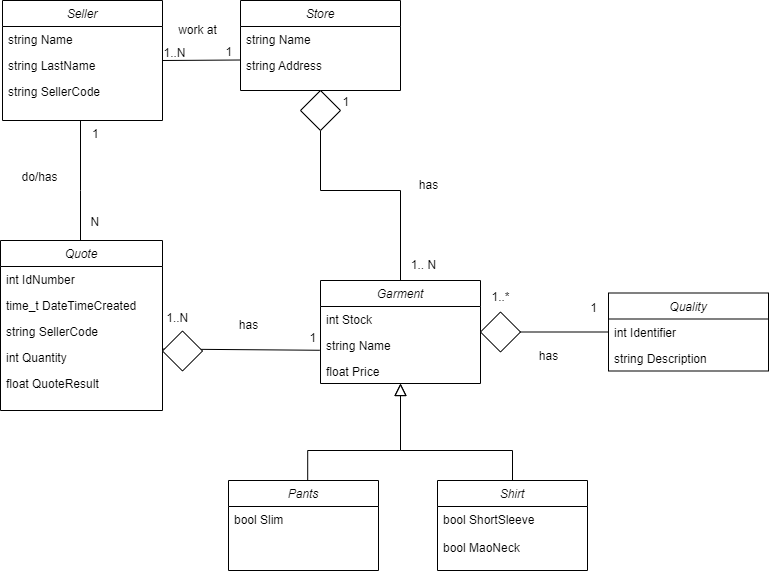
Earlier version of the draw.io export C++.drawio.png (ASchiro77/Quark_ClothingStore). Source tidied: cells renumbered, new cells last; positions are measured from the earlier drawing's top-left corner, leaving out a move shared by most shapes.
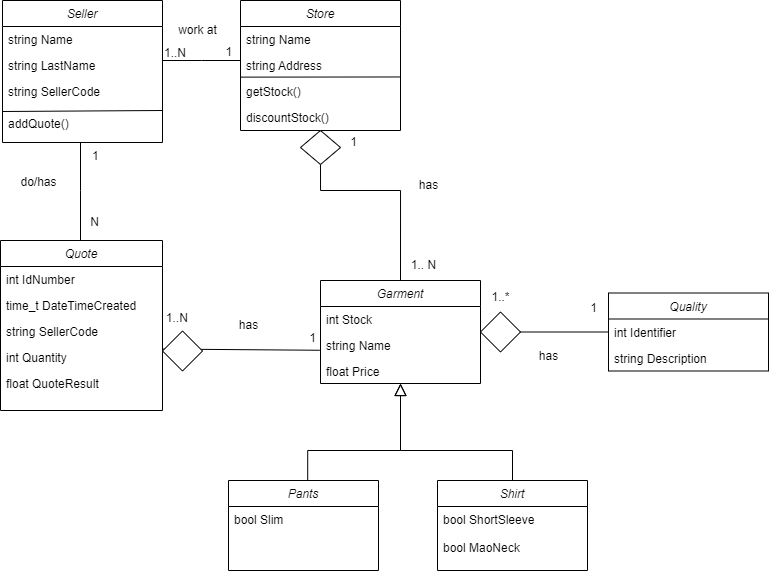
The same diagram one commit later.

Change to the diagram source:
```diff
@@ -3,7 +3,7 @@
     <mxCell id="0" />
     <mxCell id="1" parent="0" />
     <mxCell id="2" value="Seller" style="swimlane;fontStyle=2;align=center;verticalAlign=top;horizontal=1;startSize=26;rounded=0;shadow=0;strokeWidth=1;" parent="1" vertex="1">
-      <mxGeometry x="2" width="160" height="120" as="geometry" />
+      <mxGeometry x="2" width="160" height="142" as="geometry" />
     </mxCell>
     <mxCell id="3" value="string Name" style="text;align=left;verticalAlign=top;spacingLeft=4;spacingRight=4;overflow=hidden;" parent="2" vertex="1">
       <mxGeometry y="26" width="160" height="26" as="geometry" />
@@ -14,6 +14,15 @@
     <mxCell id="5" value="string SellerCode" style="text;align=left;verticalAlign=top;spacingLeft=4;spacingRight=4;overflow=hidden;rounded=0;shadow=0;html=0;" parent="2" vertex="1">
       <mxGeometry y="78" width="160" height="32" as="geometry" />
     </mxCell>
+    <mxCell id="53" style="endArrow=none;html=1;rounded=0;entryX=0.997;entryY=0.941;entryDx=0;entryDy=0;entryPerimeter=0;exitX=0.002;exitY=0.947;exitDx=0;exitDy=0;exitPerimeter=0;" parent="2" edge="1">
+      <mxGeometry relative="1" as="geometry">
+        <mxPoint y="111" as="sourcePoint" />
+        <mxPoint x="160" y="110" as="targetPoint" />
+      </mxGeometry>
+    </mxCell>
+    <mxCell id="54" value="addQuote()" style="text;align=left;verticalAlign=top;spacingLeft=4;spacingRight=4;overflow=hidden;rounded=0;shadow=0;html=0;" parent="2" vertex="1">
+      <mxGeometry y="110" width="160" height="32" as="geometry" />
+    </mxCell>
     <mxCell id="6" value="Quote" style="swimlane;fontStyle=2;align=center;verticalAlign=top;horizontal=1;startSize=26;rounded=0;shadow=0;strokeWidth=1;" parent="1" vertex="1">
       <mxGeometry y="240" width="162" height="170" as="geometry" />
     </mxCell>
@@ -57,7 +66,7 @@
       </mxGeometry>
     </mxCell>
     <mxCell id="16" value="Store" style="swimlane;fontStyle=2;align=center;verticalAlign=top;horizontal=1;startSize=26;rounded=0;shadow=0;strokeWidth=1;" parent="1" vertex="1">
-      <mxGeometry x="240" width="160" height="90" as="geometry" />
+      <mxGeometry x="240" width="160" height="130" as="geometry" />
     </mxCell>
     <mxCell id="17" value="string Name" style="text;align=left;verticalAlign=top;spacingLeft=4;spacingRight=4;overflow=hidden;rounded=0;shadow=0;html=0;" parent="16" vertex="1">
       <mxGeometry y="26" width="160" height="26" as="geometry" />
@@ -65,6 +74,15 @@
     <mxCell id="18" value="string Address" style="text;align=left;verticalAlign=top;spacingLeft=4;spacingRight=4;overflow=hidden;points=[[0,0.5],[1,0.5]];portConstraint=eastwest;rounded=0;shadow=0;html=0;" parent="16" vertex="1">
       <mxGeometry y="52" width="160" height="26" as="geometry" />
     </mxCell>
+    <mxCell id="55" style="endArrow=none;html=1;rounded=0;entryX=0.997;entryY=0.941;entryDx=0;entryDy=0;entryPerimeter=0;exitX=0.002;exitY=0.947;exitDx=0;exitDy=0;exitPerimeter=0;" parent="16" edge="1" source="18" target="18">
+      <mxGeometry relative="1" as="geometry" />
+    </mxCell>
+    <mxCell id="56" value="getStock()" style="text;align=left;verticalAlign=top;spacingLeft=4;spacingRight=4;overflow=hidden;rounded=0;shadow=0;html=0;" parent="16" vertex="1">
+      <mxGeometry y="78" width="160" height="26" as="geometry" />
+    </mxCell>
+    <mxCell id="57" value="discountStock()" style="text;align=left;verticalAlign=top;spacingLeft=4;spacingRight=4;overflow=hidden;rounded=0;shadow=0;html=0;" parent="16" vertex="1">
+      <mxGeometry y="104" width="160" height="26" as="geometry" />
+    </mxCell>
     <mxCell id="19" style="endArrow=none;shadow=0;strokeWidth=1;rounded=0;endFill=0;edgeStyle=elbowEdgeStyle;elbow=vertical;strokeColor=default;" parent="1" edge="1">
       <mxGeometry x="0.5" y="41" relative="1" as="geometry">
         <mxPoint x="162" y="60" as="sourcePoint" />
@@ -114,7 +132,7 @@
       <mxGeometry relative="1" as="geometry" />
     </mxCell>
     <mxCell id="30" style="rhombus;whiteSpace=wrap;html=1;" parent="1" vertex="1">
-      <mxGeometry x="300" y="90" width="40" height="40" as="geometry" />
+      <mxGeometry x="300" y="130" width="40" height="34" as="geometry" />
     </mxCell>
     <mxCell id="31" value="Pants" style="swimlane;fontStyle=2;align=center;verticalAlign=top;horizontal=1;startSize=26;rounded=0;shadow=0;strokeWidth=1;" parent="1" vertex="1">
       <mxGeometry x="228" y="480" width="150" height="90" as="geometry" />
@@ -159,7 +177,7 @@
       </mxGeometry>
     </mxCell>
     <mxCell id="38" value="1" style="align=right;verticalAlign=bottom;labelBackgroundColor=none;fontSize=12;" parent="1" vertex="1">
-      <mxGeometry x="350" y="110" as="geometry" />
+      <mxGeometry x="358" y="150" as="geometry" />
     </mxCell>
     <mxCell id="39" value="has" style="text;html=1;align=center;verticalAlign=middle;strokeColor=none;fillColor=none;" parent="1" vertex="1">
       <mxGeometry x="408" y="170" width="40" height="30" as="geometry" />
```
